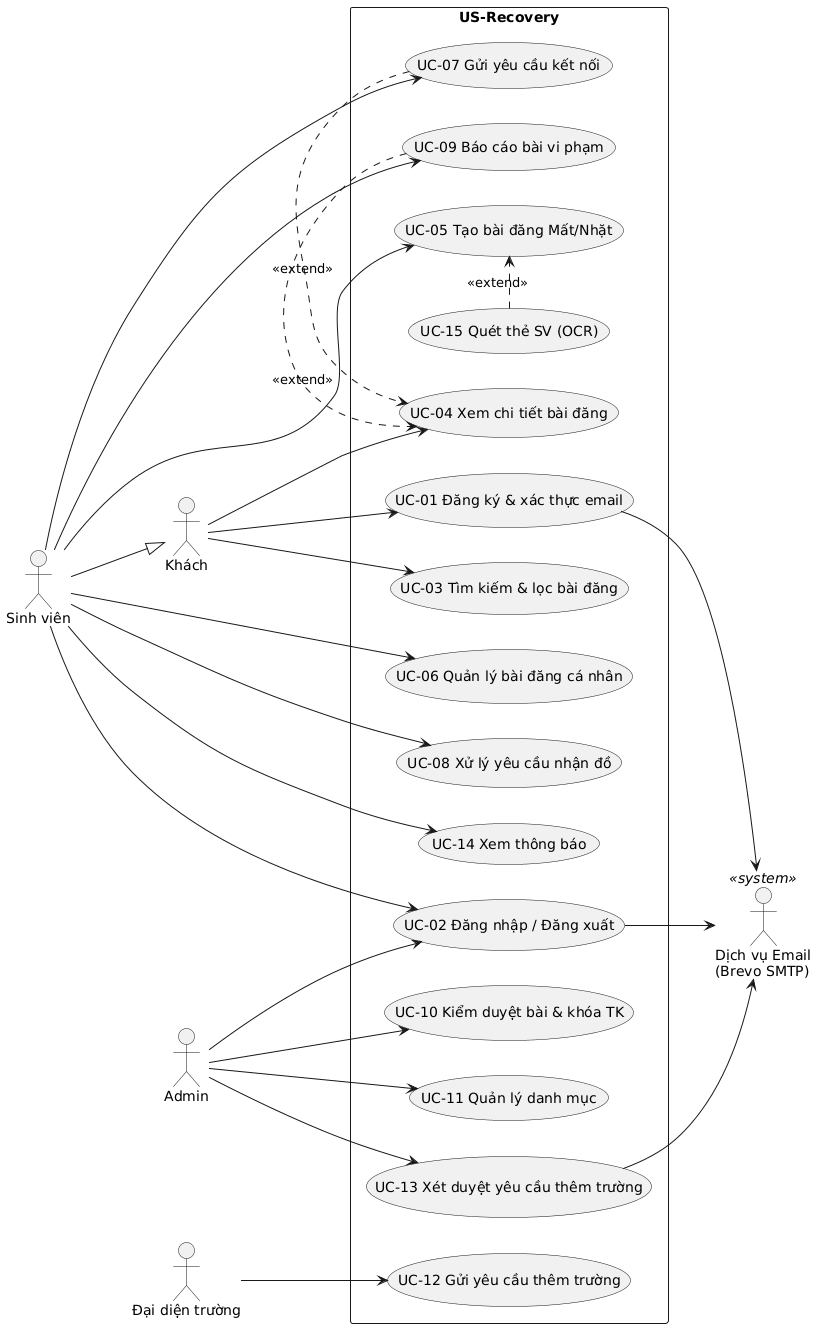
Above: pa/PA2/src_latex/assets/use-case-diagram.png in YongQi241/LOSTANDFOUND (PlantUML), before the change. Its diagram source:
```plantuml
@startuml
left to right direction
skinparam packageStyle rectangle
actor "Khách" as Guest
actor "Sinh viên" as Student
actor "Admin" as Admin
actor "Đại diện trường" as Rep
actor "Dịch vụ Email\n(Brevo SMTP)" as Email <<system>>
Student --|> Guest
rectangle "US-Recovery" {
  usecase "UC-01 Đăng ký & xác thực email" as UC01
  usecase "UC-02 Đăng nhập / Đăng xuất" as UC02
  usecase "UC-03 Tìm kiếm & lọc bài đăng" as UC03
  usecase "UC-04 Xem chi tiết bài đăng" as UC04
  usecase "UC-05 Tạo bài đăng Mất/Nhặt" as UC05
  usecase "UC-06 Quản lý bài đăng cá nhân" as UC06
  usecase "UC-07 Gửi yêu cầu kết nối" as UC07
  usecase "UC-08 Xử lý yêu cầu nhận đồ" as UC08
  usecase "UC-09 Báo cáo bài vi phạm" as UC09
  usecase "UC-10 Kiểm duyệt bài & khóa TK" as UC10
  usecase "UC-11 Quản lý danh mục" as UC11
  usecase "UC-12 Gửi yêu cầu thêm trường" as UC12
  usecase "UC-13 Xét duyệt yêu cầu thêm trường" as UC13
  usecase "UC-14 Xem thông báo" as UC14
  usecase "UC-15 Quét thẻ SV (OCR)" as UC15
}
Guest --> UC01
Guest --> UC03
Guest --> UC04
Student --> UC02
Student --> UC05
Student --> UC06
Student --> UC07
Student --> UC08
Student --> UC09
Student --> UC14
Admin --> UC02
Admin --> UC10
Admin --> UC11
Admin --> UC13
Rep --> UC12
UC01 --> Email
UC02 --> Email
UC13 --> Email
UC07 .> UC04 : <<extend>>
UC09 .> UC04 : <<extend>>
UC15 .> UC05 : <<extend>>
@enduml
```
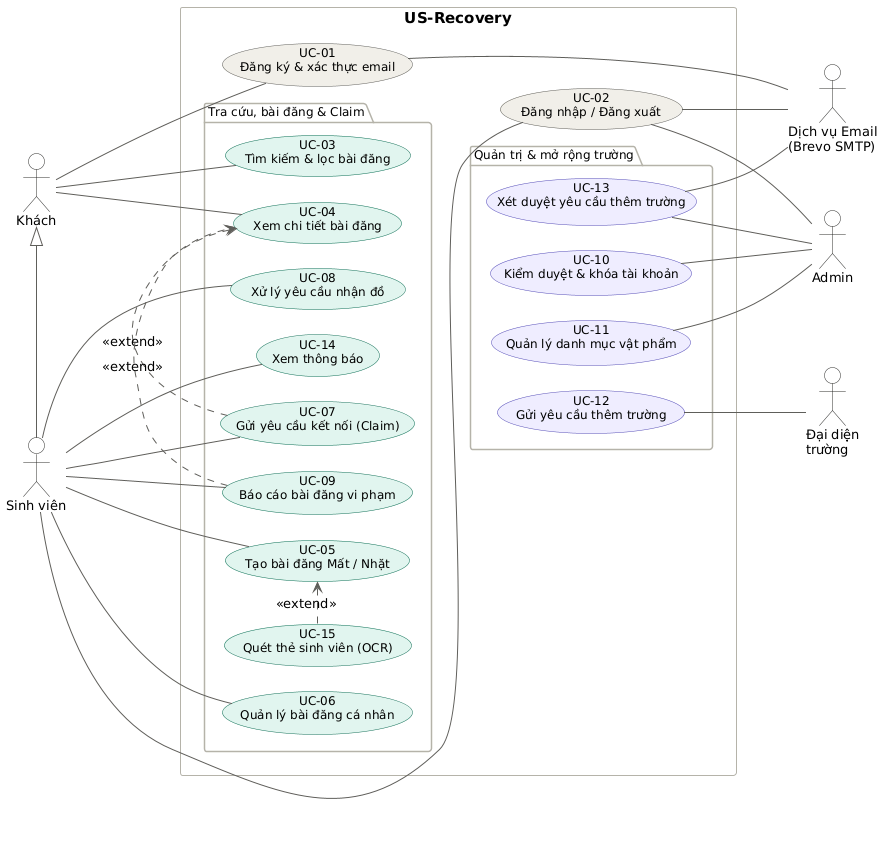
Later version of the same file.

Commit message:
docs(pa2): fix use case diagram

The edit, as a diff of the source:
```diff
@@ -1,47 +1,91 @@
 @startuml
 left to right direction
-skinparam packageStyle rectangle
+skinparam shadowing false
+skinparam defaultFontName Arial
+skinparam defaultFontSize 13
+skinparam nodesep 25
+skinparam ranksep 70
+skinparam ArrowColor #5F5E5A
+
+skinparam actor {
+  BorderColor #2C2C2A
+  BackgroundColor #FFFFFF
+}
+skinparam usecase {
+  BorderColor #5F5E5A
+  BackgroundColor #F1EFE8
+  FontSize 12
+}
+skinparam rectangle {
+  BorderColor #444441
+  FontSize 15
+  FontStyle bold
+}
+skinparam package {
+  BorderColor #B4B2A9
+  FontSize 12
+  FontStyle normal
+}
+
 actor "Khách" as Guest
 actor "Sinh viên" as Student
+actor "Dịch vụ Email\n(Brevo SMTP)" as Email
 actor "Admin" as Admin
-actor "Đại diện trường" as Rep
-actor "Dịch vụ Email\n(Brevo SMTP)" as Email <<system>>
-Student --|> Guest
+actor "Đại diện\ntrường" as Rep
+
+Guest <|- Student
+
 rectangle "US-Recovery" {
-  usecase "UC-01 Đăng ký & xác thực email" as UC01
-  usecase "UC-02 Đăng nhập / Đăng xuất" as UC02
-  usecase "UC-03 Tìm kiếm & lọc bài đăng" as UC03
-  usecase "UC-04 Xem chi tiết bài đăng" as UC04
-  usecase "UC-05 Tạo bài đăng Mất/Nhặt" as UC05
-  usecase "UC-06 Quản lý bài đăng cá nhân" as UC06
-  usecase "UC-07 Gửi yêu cầu kết nối" as UC07
-  usecase "UC-08 Xử lý yêu cầu nhận đồ" as UC08
-  usecase "UC-09 Báo cáo bài vi phạm" as UC09
-  usecase "UC-10 Kiểm duyệt bài & khóa TK" as UC10
-  usecase "UC-11 Quản lý danh mục" as UC11
-  usecase "UC-12 Gửi yêu cầu thêm trường" as UC12
-  usecase "UC-13 Xét duyệt yêu cầu thêm trường" as UC13
-  usecase "UC-14 Xem thông báo" as UC14
-  usecase "UC-15 Quét thẻ SV (OCR)" as UC15
+
+  usecase "UC-01\nĐăng ký & xác thực email" as UC01
+  usecase "UC-02\nĐăng nhập / Đăng xuất" as UC02
+
+  package "Tra cứu, bài đăng & Claim" {
+    usecase "UC-03\nTìm kiếm & lọc bài đăng" as UC03 #E1F5EE;line:0F6E56
+    usecase "UC-04\nXem chi tiết bài đăng" as UC04 #E1F5EE;line:0F6E56
+    usecase "UC-07\nGửi yêu cầu kết nối (Claim)" as UC07 #E1F5EE;line:0F6E56
+    usecase "UC-09\nBáo cáo bài đăng vi phạm" as UC09 #E1F5EE;line:0F6E56
+    usecase "UC-05\nTạo bài đăng Mất / Nhặt" as UC05 #E1F5EE;line:0F6E56
+    usecase "UC-15\nQuét thẻ sinh viên (OCR)" as UC15 #E1F5EE;line:0F6E56
+    usecase "UC-06\nQuản lý bài đăng cá nhân" as UC06 #E1F5EE;line:0F6E56
+    usecase "UC-08\nXử lý yêu cầu nhận đồ" as UC08 #E1F5EE;line:0F6E56
+    usecase "UC-14\nXem thông báo" as UC14 #E1F5EE;line:0F6E56
+  }
+
+  package "Quản trị & mở rộng trường" {
+    usecase "UC-13\nXét duyệt yêu cầu thêm trường" as UC13 #EEEDFE;line:534AB7
+    usecase "UC-10\nKiểm duyệt & khóa tài khoản" as UC10 #EEEDFE;line:534AB7
+    usecase "UC-11\nQuản lý danh mục vật phẩm" as UC11 #EEEDFE;line:534AB7
+    usecase "UC-12\nGửi yêu cầu thêm trường" as UC12 #EEEDFE;line:534AB7
+  }
 }
-Guest --> UC01
-Guest --> UC03
-Guest --> UC04
-Student --> UC02
-Student --> UC05
-Student --> UC06
-Student --> UC07
-Student --> UC08
-Student --> UC09
-Student --> UC14
-Admin --> UC02
-Admin --> UC10
-Admin --> UC11
-Admin --> UC13
-Rep --> UC12
-UC01 --> Email
-UC02 --> Email
-UC13 --> Email
+
+UC01 -[hidden]- UC02
+UC03 -[hidden]- UC13
+
+Guest -- UC01
+Guest -- UC03
+Guest -- UC04
+
+Student -- UC02
+Student -- UC07
+Student -- UC09
+Student -- UC05
+Student -- UC06
+Student -- UC08
+Student -- UC14
+
+UC01 -- Email
+UC02 -- Email
+UC13 -- Email
+
+UC02 -- Admin
+UC13 -- Admin
+UC10 -- Admin
+UC11 -- Admin
+
+UC12 -- Rep
+
 UC07 .> UC04 : <<extend>>
 UC09 .> UC04 : <<extend>>
 UC15 .> UC05 : <<extend>>
```
